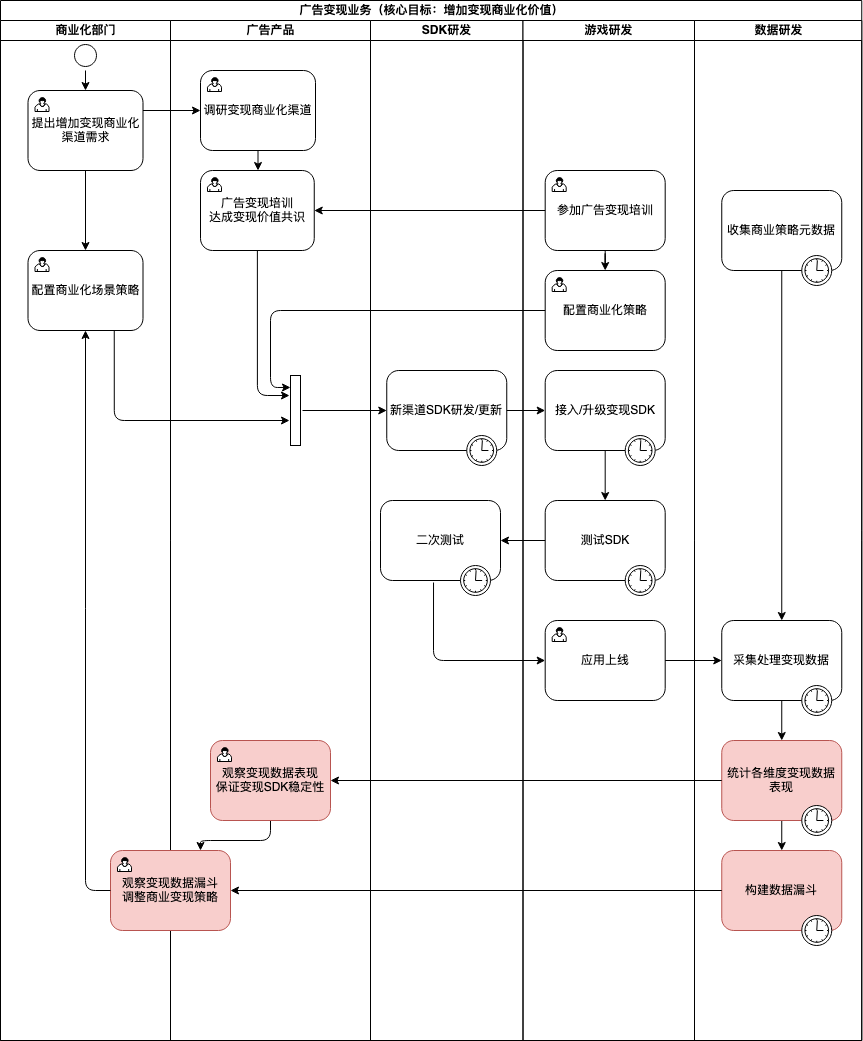
The draw.io diagram 广告变现业务.png in chen-quan-long/hello-world, before a commit. Source tidied: cells renumbered, new cells last; positions are measured from the earlier drawing's top-left corner, leaving out a move shared by most shapes.
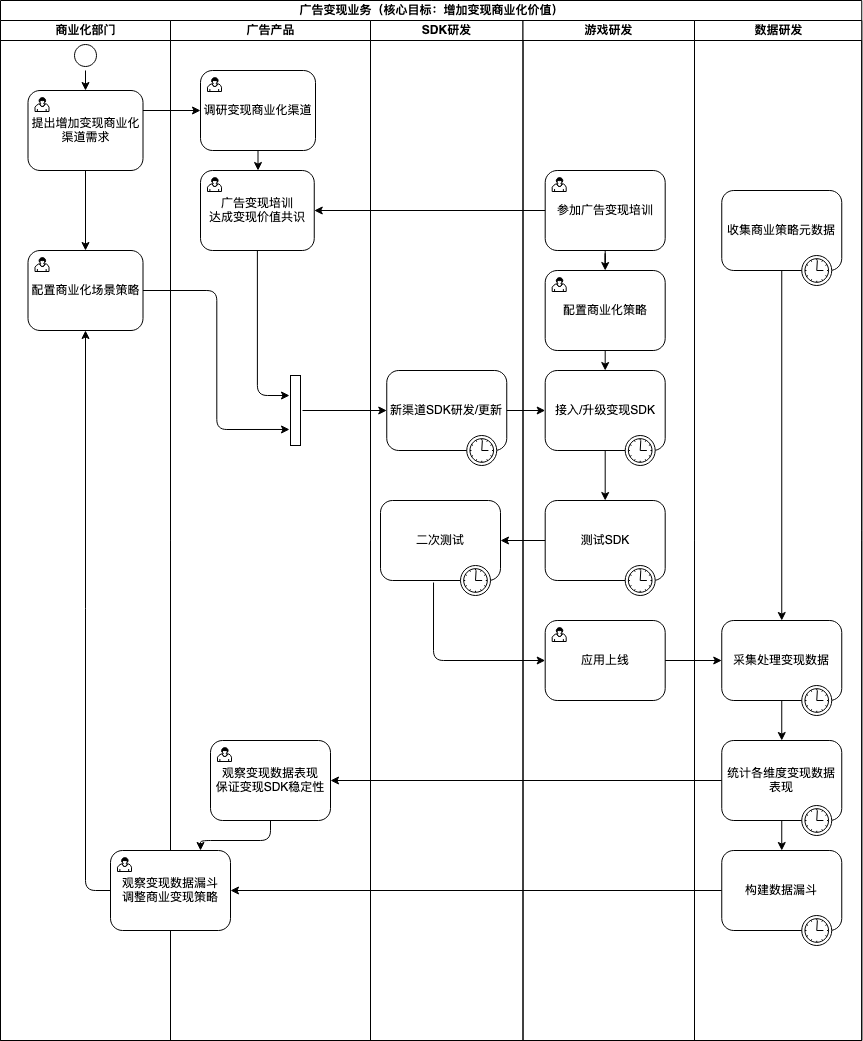
After the change.

Commit message:
更新广告变现业务.png

Change to the diagram source:
```diff
@@ -65,7 +65,7 @@
     <mxCell id="18" style="html=1;points=[];perimeter=orthogonalPerimeter;rounded=0;sketch=0;direction=west;" parent="11" vertex="1">
       <mxGeometry x="120" y="355" width="10" height="70" as="geometry" />
     </mxCell>
-    <mxCell id="19" value="&lt;div&gt;观察变现数据漏斗&lt;/div&gt;&lt;div&gt;调整商业变现策略&lt;br&gt;&lt;/div&gt;" style="html=1;whiteSpace=wrap;rounded=1;sketch=0;fillColor=#f8cecc;strokeColor=#b85450;" parent="11" vertex="1">
+    <mxCell id="19" value="&lt;div&gt;观察变现数据漏斗&lt;/div&gt;&lt;div&gt;调整商业变现策略&lt;br&gt;&lt;/div&gt;" style="html=1;whiteSpace=wrap;rounded=1;sketch=0;" parent="11" vertex="1">
       <mxGeometry x="-60" y="830" width="120" height="80" as="geometry" />
     </mxCell>
     <mxCell id="20" style="html=1;shape=mxgraph.bpmn.user_task;" parent="19" vertex="1">
@@ -76,7 +76,7 @@
     <mxCell id="21" style="edgeStyle=orthogonalEdgeStyle;curved=0;rounded=1;sketch=0;jettySize=auto;html=1;exitX=0.5;exitY=1;exitDx=0;exitDy=0;entryX=0.75;entryY=0;entryDx=0;entryDy=0;" parent="11" edge="1" source="22" target="19">
       <mxGeometry relative="1" as="geometry" />
     </mxCell>
-    <mxCell id="22" value="&lt;div&gt;观察变现数据表现&lt;/div&gt;&lt;div&gt;保证变现SDK稳定性&lt;br&gt;&lt;/div&gt;" style="html=1;whiteSpace=wrap;rounded=1;sketch=0;fillColor=#f8cecc;strokeColor=#b85450;" parent="11" vertex="1">
+    <mxCell id="22" value="&lt;div&gt;观察变现数据表现&lt;/div&gt;&lt;div&gt;保证变现SDK稳定性&lt;br&gt;&lt;/div&gt;" style="html=1;whiteSpace=wrap;rounded=1;sketch=0;" parent="11" vertex="1">
       <mxGeometry x="40" y="720" width="120" height="80" as="geometry" />
     </mxCell>
     <mxCell id="23" style="html=1;shape=mxgraph.bpmn.user_task;" parent="22" vertex="1">
@@ -141,6 +141,9 @@
         <mxPoint x="-40" y="-15" as="offset" />
       </mxGeometry>
     </mxCell>
+    <mxCell id="66" style="edgeStyle=orthogonalEdgeStyle;curved=0;rounded=1;sketch=0;jettySize=auto;html=1;exitX=0.5;exitY=1;exitDx=0;exitDy=0;entryX=0.5;entryY=0;entryDx=0;entryDy=0;" parent="29" edge="1" source="39" target="37">
+      <mxGeometry relative="1" as="geometry" />
+    </mxCell>
     <mxCell id="39" value="配置商业化策略" style="html=1;whiteSpace=wrap;rounded=1;" parent="29" vertex="1">
       <mxGeometry x="22.2" y="250" width="120" height="80" as="geometry" />
     </mxCell>
@@ -172,7 +175,7 @@
     <mxCell id="47" value="数据研发" style="swimlane;html=1;startSize=20;" parent="2" vertex="1">
       <mxGeometry x="694" y="20" width="167.2" height="1020" as="geometry" />
     </mxCell>
-    <mxCell id="48" value="&lt;div&gt;构建数据漏斗&lt;/div&gt;" style="html=1;whiteSpace=wrap;rounded=1;sketch=0;fillColor=#f8cecc;strokeColor=#b85450;" parent="47" vertex="1">
+    <mxCell id="48" value="&lt;div&gt;构建数据漏斗&lt;/div&gt;" style="html=1;whiteSpace=wrap;rounded=1;sketch=0;" parent="47" vertex="1">
       <mxGeometry x="27.2" y="830" width="120" height="80" as="geometry" />
     </mxCell>
     <mxCell id="49" style="shape=mxgraph.bpmn.timer_start;perimeter=ellipsePerimeter;html=1;verticalLabelPosition=bottom;verticalAlign=top;" parent="48" vertex="1">
@@ -183,7 +186,7 @@
     <mxCell id="50" style="edgeStyle=orthogonalEdgeStyle;curved=0;rounded=1;sketch=0;jettySize=auto;html=1;exitX=0.5;exitY=1;exitDx=0;exitDy=0;entryX=0.5;entryY=0;entryDx=0;entryDy=0;" parent="47" edge="1" source="51" target="48">
       <mxGeometry relative="1" as="geometry" />
     </mxCell>
-    <mxCell id="51" value="统计各维度变现数据表现" style="html=1;whiteSpace=wrap;rounded=1;sketch=0;fillColor=#f8cecc;strokeColor=#b85450;" parent="47" vertex="1">
+    <mxCell id="51" value="统计各维度变现数据表现" style="html=1;whiteSpace=wrap;rounded=1;sketch=0;" parent="47" vertex="1">
       <mxGeometry x="27.2" y="720" width="120" height="80" as="geometry" />
     </mxCell>
     <mxCell id="52" style="shape=mxgraph.bpmn.timer_start;perimeter=ellipsePerimeter;html=1;verticalLabelPosition=bottom;verticalAlign=top;" parent="51" vertex="1">
@@ -229,18 +232,15 @@
         </Array>
       </mxGeometry>
     </mxCell>
+    <mxCell id="64" style="edgeStyle=orthogonalEdgeStyle;curved=0;rounded=1;sketch=0;jettySize=auto;html=1;exitX=0.442;exitY=1.025;exitDx=0;exitDy=0;entryX=0;entryY=0.5;entryDx=0;entryDy=0;exitPerimeter=0;" parent="2" edge="1" source="25" target="32">
+      <mxGeometry relative="1" as="geometry">
+        <Array as="points">
+          <mxPoint x="433" y="660" />
+        </Array>
+      </mxGeometry>
+    </mxCell>
-    <mxCell id="63" style="edgeStyle=orthogonalEdgeStyle;curved=0;rounded=1;sketch=0;jettySize=auto;html=1;exitX=0.75;exitY=1;exitDx=0;exitDy=0;entryX=1.1;entryY=0.357;entryDx=0;entryDy=0;entryPerimeter=0;" parent="2" edge="1" source="8" target="18">
+    <mxCell id="63" style="edgeStyle=orthogonalEdgeStyle;curved=0;rounded=1;sketch=0;jettySize=auto;html=1;exitX=1;exitY=0.5;exitDx=0;exitDy=0;entryX=1.1;entryY=0.229;entryDx=0;entryDy=0;entryPerimeter=0;" parent="2" edge="1" source="8" target="18">
       <mxGeometry relative="1" as="geometry" />
     </mxCell>
-    <mxCell id="64" style="edgeStyle=orthogonalEdgeStyle;curved=0;rounded=1;sketch=0;jettySize=auto;html=1;exitX=0.442;exitY=1.025;exitDx=0;exitDy=0;entryX=0;entryY=0.5;entryDx=0;entryDy=0;exitPerimeter=0;" parent="2" edge="1" source="25" target="32">
-      <mxGeometry relative="1" as="geometry">
-        <Array as="points">
-          <mxPoint x="433" y="660" />
-        </Array>
-      </mxGeometry>
-    </mxCell>
-    <mxCell id="65" style="edgeStyle=orthogonalEdgeStyle;curved=0;rounded=1;sketch=0;jettySize=auto;html=1;exitX=0;exitY=0.5;exitDx=0;exitDy=0;entryX=1;entryY=0.829;entryDx=0;entryDy=0;entryPerimeter=0;" parent="2" edge="1" source="39" target="18">
-      <mxGeometry relative="1" as="geometry" />
-    </mxCell>
   </root>
 </mxGraphModel>
```
